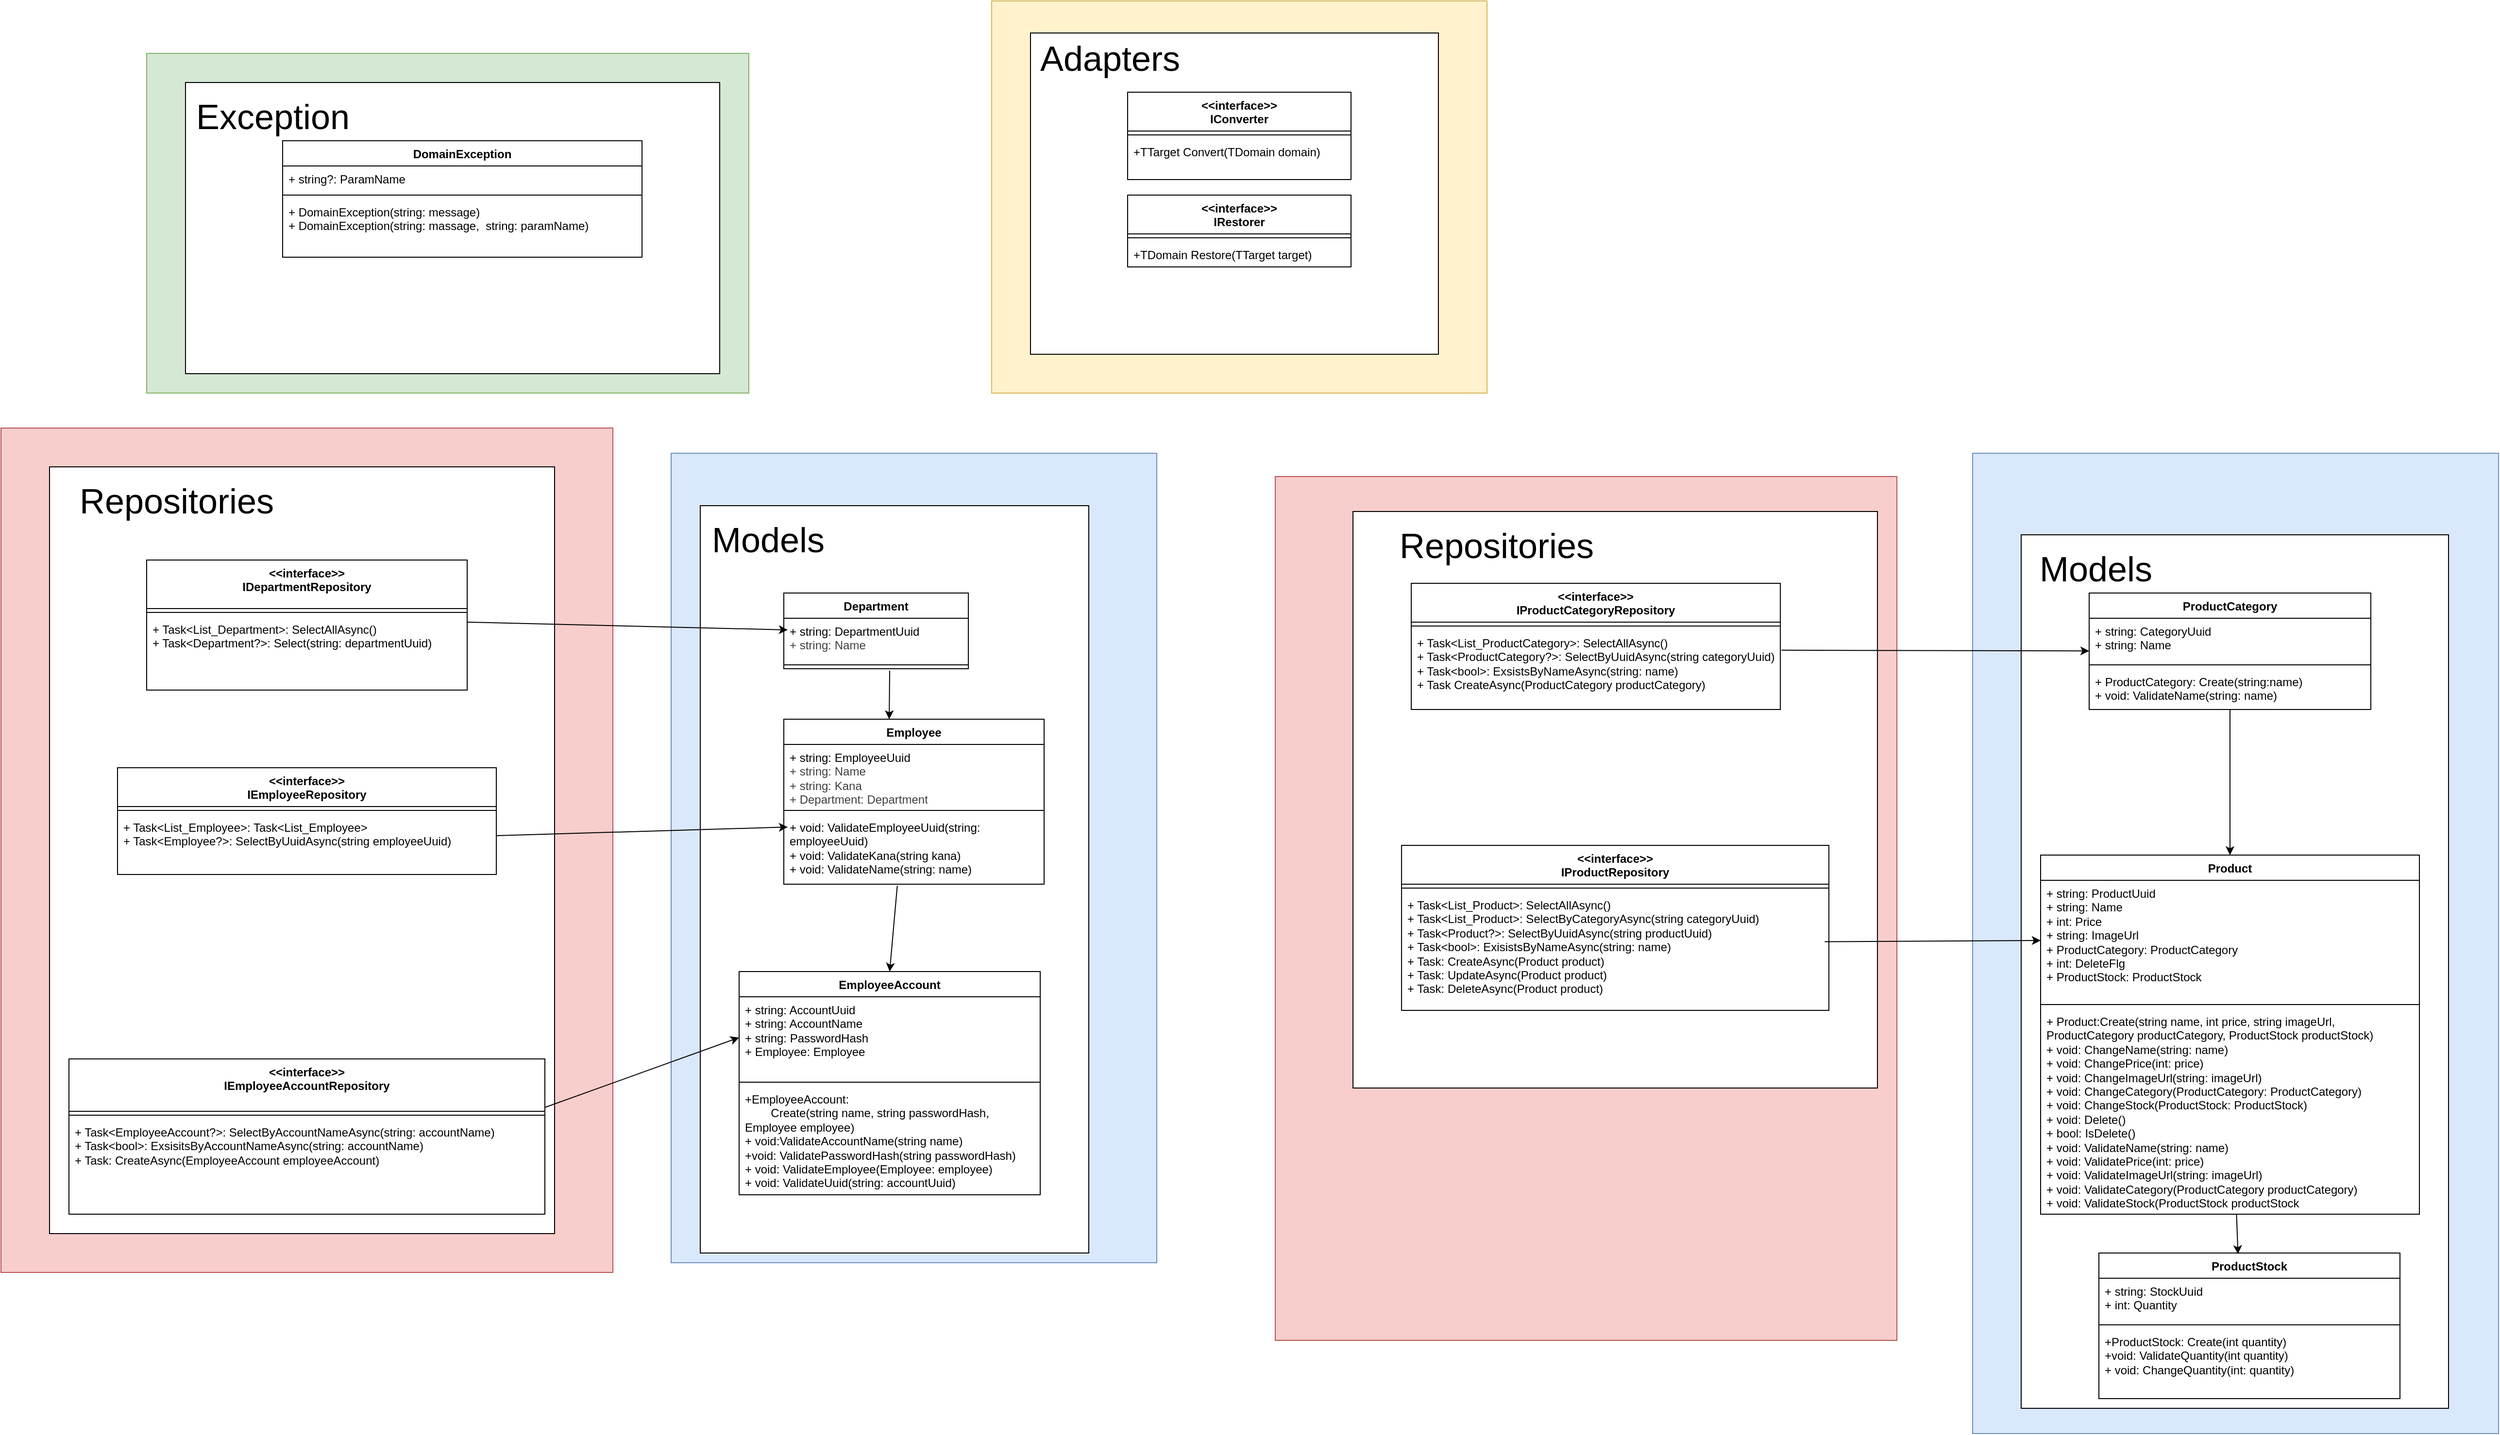
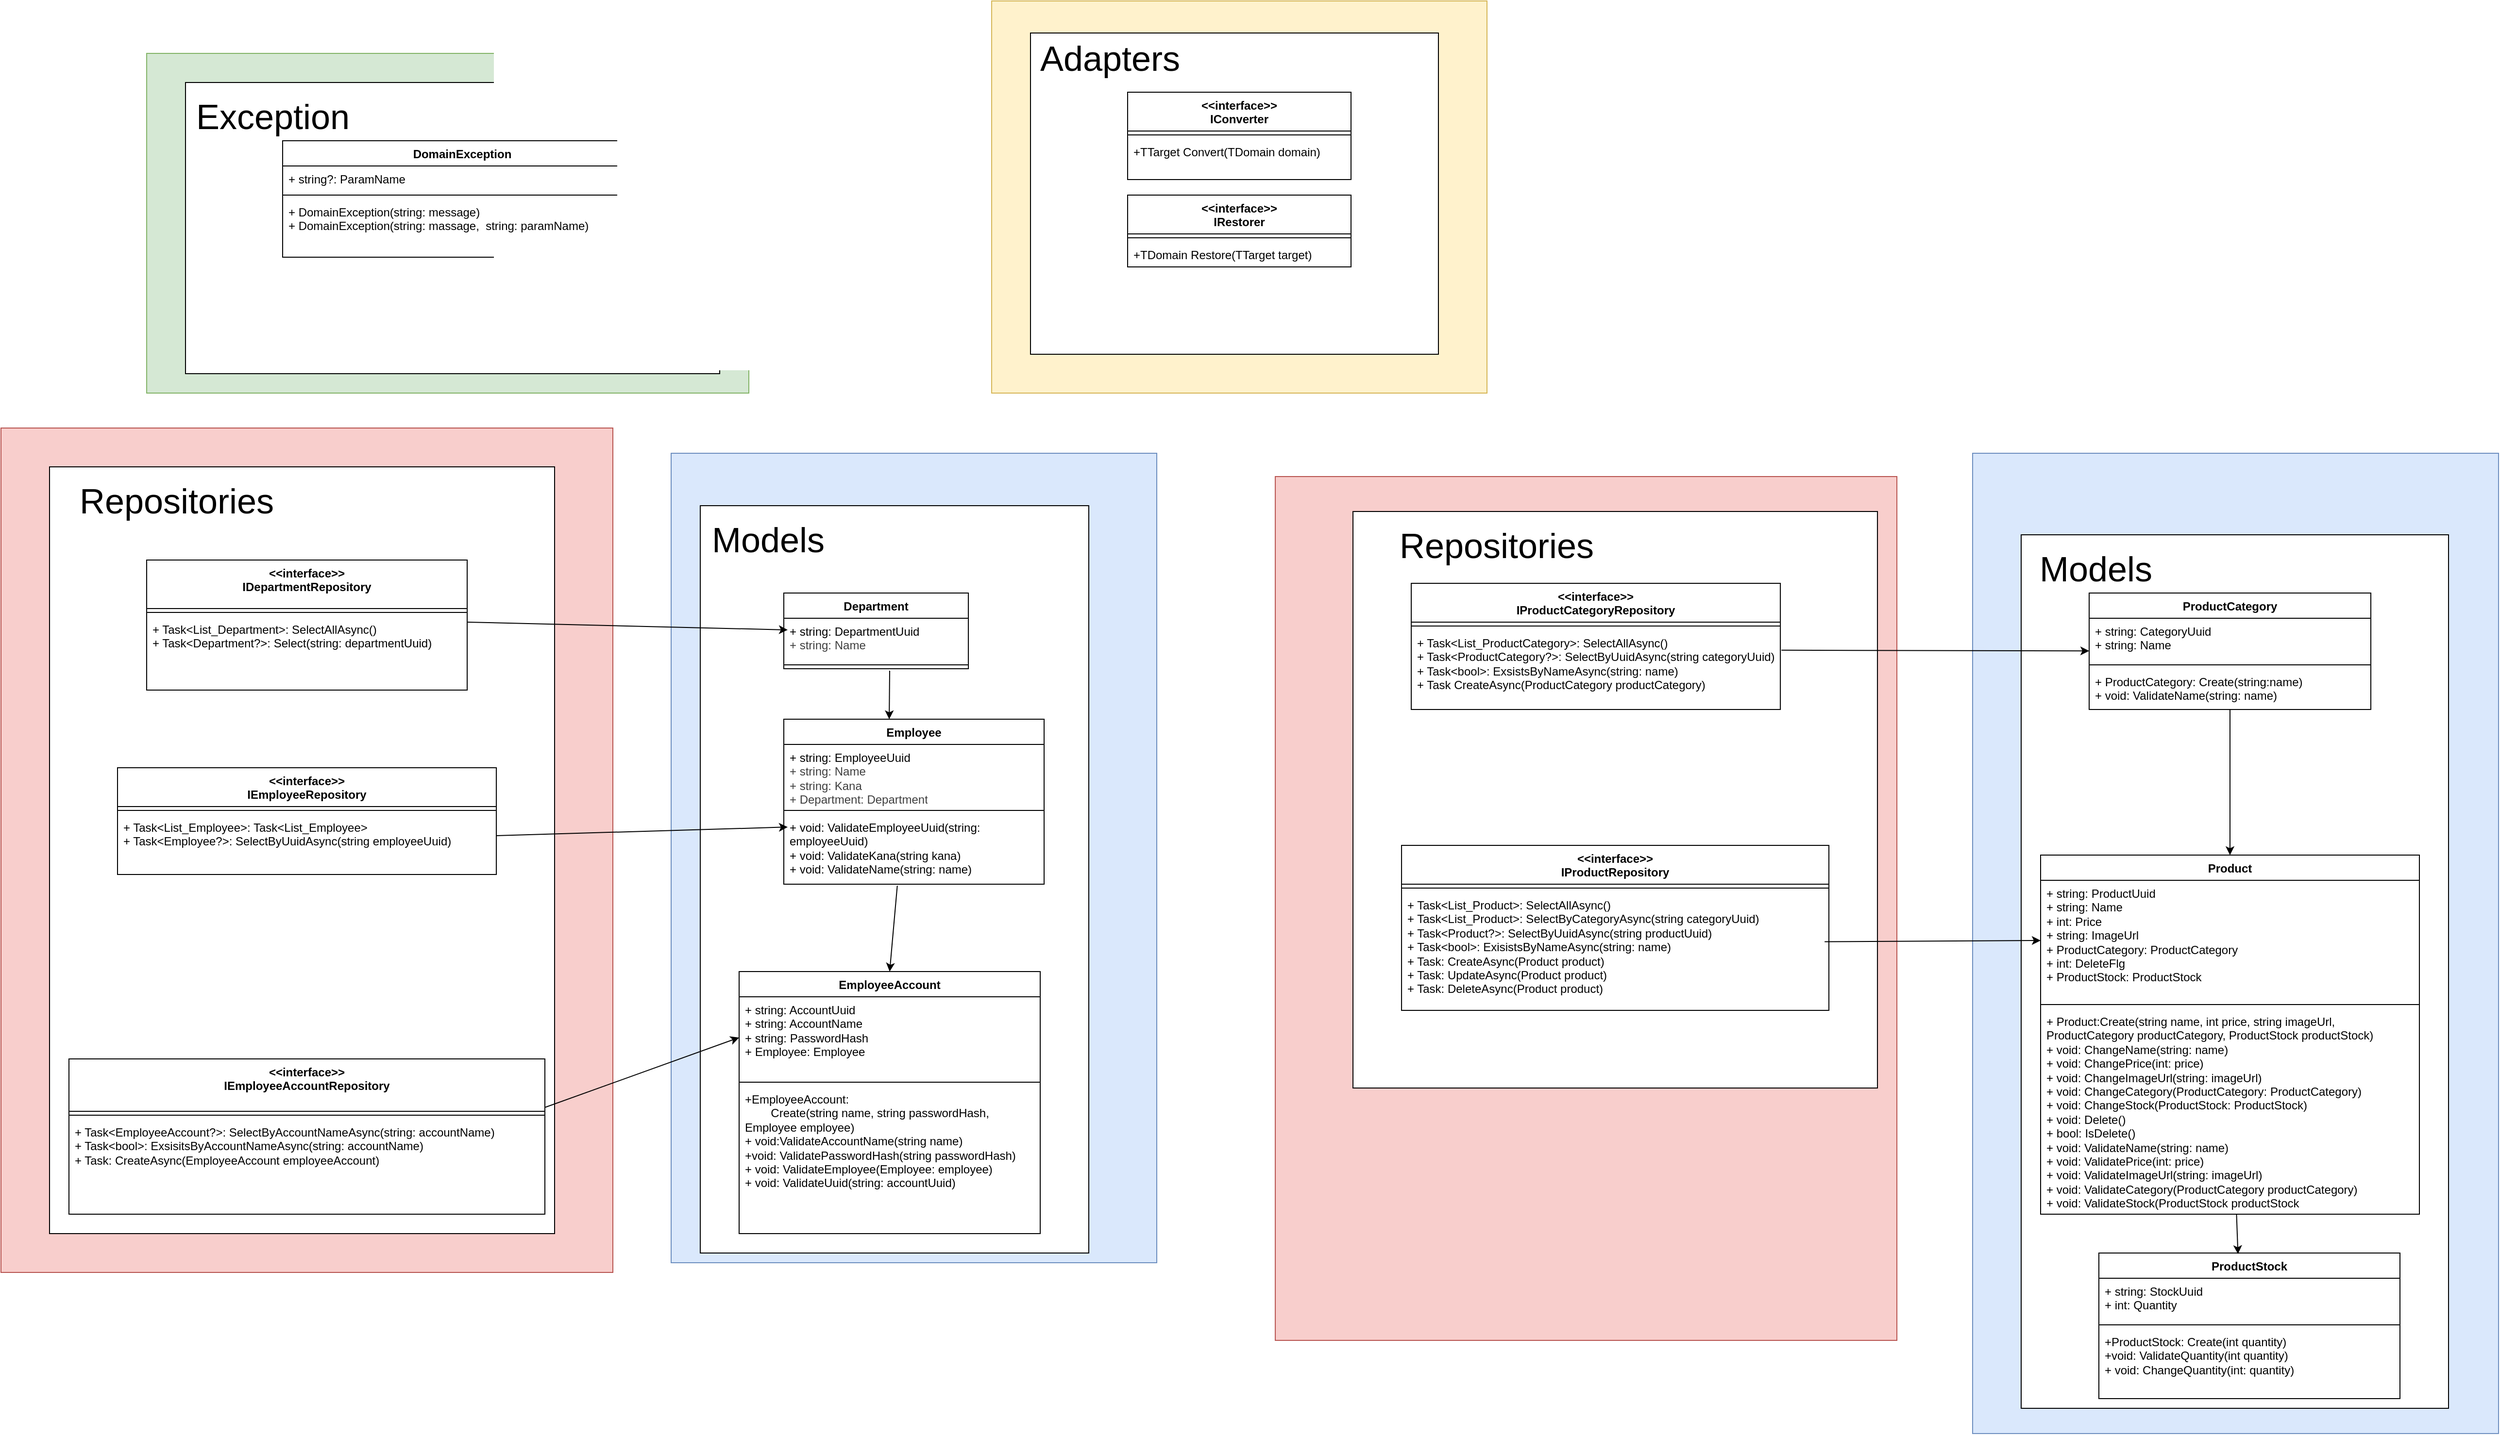
<mxfile host="65bd71144e">
    <diagram id="KKfMD3SemsG6aV6jb4rE" name="ページ1">
-         <mxGraphModel dx="2901" dy="1791" grid="1" gridSize="10" guides="1" tooltips="1" connect="1" arrows="1" fold="1" page="1" pageScale="1" pageWidth="827" pageHeight="1169" math="0" shadow="0">
+         <mxGraphModel dx="2461" dy="1662" grid="1" gridSize="10" guides="1" tooltips="1" connect="1" arrows="1" fold="1" page="1" pageScale="1" pageWidth="827" pageHeight="1169" math="0" shadow="0">
            <root>
                <mxCell id="0"/>
                <mxCell id="1" parent="0"/>
                <mxCell id="99" value="" style="rounded=0;whiteSpace=wrap;html=1;fillColor=#d5e8d4;strokeColor=#82b366;" parent="1" vertex="1">
                    <mxGeometry x="-1460" y="-826" width="620" height="350" as="geometry"/>
                </mxCell>
                <mxCell id="97" value="" style="rounded=0;whiteSpace=wrap;html=1;" parent="1" vertex="1">
                    <mxGeometry x="-1420" y="-796" width="550" height="300" as="geometry"/>
                </mxCell>
                <mxCell id="88" value="" style="rounded=0;whiteSpace=wrap;html=1;fillColor=#dae8fc;strokeColor=#6c8ebf;" parent="1" vertex="1">
                    <mxGeometry x="420" y="-414" width="541.5" height="1010" as="geometry"/>
                </mxCell>
                <mxCell id="87" value="" style="rounded=0;whiteSpace=wrap;html=1;" parent="1" vertex="1">
                    <mxGeometry x="470" y="-330" width="440" height="900" as="geometry"/>
                </mxCell>
                <mxCell id="85" value="" style="rounded=0;whiteSpace=wrap;html=1;fillColor=#dae8fc;strokeColor=#6c8ebf;" parent="1" vertex="1">
                    <mxGeometry x="-920" y="-414" width="500" height="834" as="geometry"/>
                </mxCell>
                <mxCell id="84" value="" style="rounded=0;whiteSpace=wrap;html=1;" parent="1" vertex="1">
                    <mxGeometry x="-890" y="-360" width="400" height="770" as="geometry"/>
                </mxCell>
                <mxCell id="82" value="" style="rounded=0;whiteSpace=wrap;html=1;fillColor=#f8cecc;strokeColor=#b85450;" parent="1" vertex="1">
                    <mxGeometry x="-297.97" y="-390" width="640" height="890" as="geometry"/>
                </mxCell>
                <mxCell id="80" value="" style="rounded=0;whiteSpace=wrap;html=1;" parent="1" vertex="1">
                    <mxGeometry x="-217.97" y="-354" width="540" height="594" as="geometry"/>
                </mxCell>
                <mxCell id="78" value="" style="rounded=0;whiteSpace=wrap;html=1;fillColor=#f8cecc;strokeColor=#b85450;" parent="1" vertex="1">
                    <mxGeometry x="-1610" y="-440" width="630" height="870" as="geometry"/>
                </mxCell>
                <mxCell id="77" value="" style="rounded=0;whiteSpace=wrap;html=1;" parent="1" vertex="1">
                    <mxGeometry x="-1560" y="-400" width="520" height="790" as="geometry"/>
                </mxCell>
                <mxCell id="76" value="" style="rounded=0;whiteSpace=wrap;html=1;fillColor=#fff2cc;strokeColor=#d6b656;" parent="1" vertex="1">
                    <mxGeometry x="-590" y="-880" width="510" height="404" as="geometry"/>
                </mxCell>
                <mxCell id="74" value="" style="rounded=0;whiteSpace=wrap;html=1;" parent="1" vertex="1">
                    <mxGeometry x="-550" y="-847" width="420" height="331" as="geometry"/>
                </mxCell>
                <mxCell id="10" value="EmployeeAccount" style="swimlane;fontStyle=1;align=center;verticalAlign=top;childLayout=stackLayout;horizontal=1;startSize=26;horizontalStack=0;resizeParent=1;resizeParentMax=0;resizeLast=0;collapsible=1;marginBottom=0;whiteSpace=wrap;html=1;" parent="1" vertex="1">
-                     <mxGeometry x="-850" y="120" width="310" height="230" as="geometry"/>
+                     <mxGeometry x="-850" y="120" width="310" height="270" as="geometry"/>
                </mxCell>
                <mxCell id="11" value="+ string: AccountUuid&lt;div&gt;+ string: AccountName&lt;/div&gt;&lt;div&gt;+ string: PasswordHash&lt;/div&gt;&lt;div&gt;+ Employee: Employee&lt;/div&gt;" style="text;strokeColor=none;fillColor=none;align=left;verticalAlign=top;spacingLeft=4;spacingRight=4;overflow=hidden;rotatable=0;points=[[0,0.5],[1,0.5]];portConstraint=eastwest;whiteSpace=wrap;html=1;" parent="10" vertex="1">
                    <mxGeometry y="26" width="310" height="84" as="geometry"/>
                </mxCell>
                <mxCell id="12" value="" style="line;strokeWidth=1;fillColor=none;align=left;verticalAlign=middle;spacingTop=-1;spacingLeft=3;spacingRight=3;rotatable=0;labelPosition=right;points=[];portConstraint=eastwest;strokeColor=inherit;" parent="10" vertex="1">
                    <mxGeometry y="110" width="310" height="8" as="geometry"/>
                </mxCell>
                <mxCell id="13" value="&lt;div&gt;+EmployeeAccount:&amp;nbsp; &lt;br&gt;&lt;span style=&quot;white-space: pre;&quot;&gt;&#x9;&lt;/span&gt;Create(string name, string passwordHash, Employee employee)&lt;/div&gt;&lt;div&gt;+ void:ValidateAccountName(string name)&lt;/div&gt;&lt;div&gt;+void: ValidatePasswordHash(string passwordHash)&lt;/div&gt;&lt;div&gt;+ void: ValidateEmployee(Employee: employee)&lt;/div&gt;&lt;div&gt;+ void: ValidateUuid(string: accountUuid)&lt;/div&gt;" style="text;strokeColor=none;fillColor=none;align=left;verticalAlign=top;spacingLeft=4;spacingRight=4;overflow=hidden;rotatable=0;points=[[0,0.5],[1,0.5]];portConstraint=eastwest;whiteSpace=wrap;html=1;" parent="10" vertex="1">
-                     <mxGeometry y="118" width="310" height="112" as="geometry"/>
+                     <mxGeometry y="118" width="310" height="152" as="geometry"/>
                </mxCell>
                <mxCell id="14" value="ProductCategory" style="swimlane;fontStyle=1;align=center;verticalAlign=top;childLayout=stackLayout;horizontal=1;startSize=26;horizontalStack=0;resizeParent=1;resizeParentMax=0;resizeLast=0;collapsible=1;marginBottom=0;whiteSpace=wrap;html=1;" parent="1" vertex="1">
                    <mxGeometry x="540" y="-270" width="290" height="120" as="geometry"/>
                </mxCell>
                <mxCell id="15" value="+ string: CategoryUuid&lt;div&gt;+ string: Name&lt;/div&gt;" style="text;strokeColor=none;fillColor=none;align=left;verticalAlign=top;spacingLeft=4;spacingRight=4;overflow=hidden;rotatable=0;points=[[0,0.5],[1,0.5]];portConstraint=eastwest;whiteSpace=wrap;html=1;" parent="14" vertex="1">
                    <mxGeometry y="26" width="290" height="44" as="geometry"/>
                </mxCell>
                <mxCell id="16" value="" style="line;strokeWidth=1;fillColor=none;align=left;verticalAlign=middle;spacingTop=-1;spacingLeft=3;spacingRight=3;rotatable=0;labelPosition=right;points=[];portConstraint=eastwest;strokeColor=inherit;" parent="14" vertex="1">
                    <mxGeometry y="70" width="290" height="8" as="geometry"/>
                </mxCell>
                <mxCell id="17" value="&lt;div&gt;+ ProductCategory: Create(string:name)&lt;/div&gt;+ void: ValidateName(string: name)" style="text;strokeColor=none;fillColor=none;align=left;verticalAlign=top;spacingLeft=4;spacingRight=4;overflow=hidden;rotatable=0;points=[[0,0.5],[1,0.5]];portConstraint=eastwest;whiteSpace=wrap;html=1;" parent="14" vertex="1">
                    <mxGeometry y="78" width="290" height="42" as="geometry"/>
                </mxCell>
                <mxCell id="18" value="Product" style="swimlane;fontStyle=1;align=center;verticalAlign=top;childLayout=stackLayout;horizontal=1;startSize=26;horizontalStack=0;resizeParent=1;resizeParentMax=0;resizeLast=0;collapsible=1;marginBottom=0;whiteSpace=wrap;html=1;" parent="1" vertex="1">
                    <mxGeometry x="490" width="390" height="370" as="geometry"/>
                </mxCell>
                <mxCell id="19" value="+ string: ProductUuid&lt;div&gt;+ string: Name&lt;/div&gt;&lt;div&gt;+ int: Price&lt;/div&gt;&lt;div&gt;+ string: ImageUrl&lt;/div&gt;&lt;div&gt;+ ProductCategory: ProductCategory&lt;/div&gt;&lt;div&gt;+ int: DeleteFlg&lt;/div&gt;&lt;div&gt;+ ProductStock: ProductStock&lt;/div&gt;" style="text;strokeColor=none;fillColor=none;align=left;verticalAlign=top;spacingLeft=4;spacingRight=4;overflow=hidden;rotatable=0;points=[[0,0.5],[1,0.5]];portConstraint=eastwest;whiteSpace=wrap;html=1;" parent="18" vertex="1">
                    <mxGeometry y="26" width="390" height="124" as="geometry"/>
                </mxCell>
                <mxCell id="20" value="" style="line;strokeWidth=1;fillColor=none;align=left;verticalAlign=middle;spacingTop=-1;spacingLeft=3;spacingRight=3;rotatable=0;labelPosition=right;points=[];portConstraint=eastwest;strokeColor=inherit;" parent="18" vertex="1">
                    <mxGeometry y="150" width="390" height="8" as="geometry"/>
                </mxCell>
                <mxCell id="21" value="&lt;div&gt;+ Product:Create(string name, int price, string imageUrl, ProductCategory productCategory, ProductStock productStock)&lt;/div&gt;+ void: ChangeName(string: name)&lt;div&gt;+ void: ChangePrice(int: price)&lt;/div&gt;&lt;div&gt;+ void: ChangeImageUrl(string: imageUrl)&lt;/div&gt;&lt;div&gt;+ void: ChangeCategory(ProductCategory: ProductCategory)&lt;/div&gt;&lt;div&gt;+ void: ChangeStock(ProductStock: ProductStock)&lt;/div&gt;&lt;div&gt;+ void: Delete()&lt;/div&gt;&lt;div&gt;+ bool: IsDelete()&amp;nbsp;&lt;/div&gt;&lt;div&gt;+ void: ValidateName(string: name)&lt;/div&gt;&lt;div&gt;+ void: ValidatePrice(int: price)&lt;/div&gt;&lt;div&gt;+ void: ValidateImageUrl(string: imageUrl)&lt;/div&gt;&lt;div&gt;+ void: ValidateCategory(ProductCategory productCategory)&lt;/div&gt;&lt;div&gt;+ void: ValidateStock(ProductStock productStock&lt;/div&gt;" style="text;strokeColor=none;fillColor=none;align=left;verticalAlign=top;spacingLeft=4;spacingRight=4;overflow=hidden;rotatable=0;points=[[0,0.5],[1,0.5]];portConstraint=eastwest;whiteSpace=wrap;html=1;" parent="18" vertex="1">
                    <mxGeometry y="158" width="390" height="212" as="geometry"/>
                </mxCell>
                <mxCell id="22" value="ProductStock" style="swimlane;fontStyle=1;align=center;verticalAlign=top;childLayout=stackLayout;horizontal=1;startSize=26;horizontalStack=0;resizeParent=1;resizeParentMax=0;resizeLast=0;collapsible=1;marginBottom=0;whiteSpace=wrap;html=1;" parent="1" vertex="1">
                    <mxGeometry x="550" y="410" width="310" height="150" as="geometry"/>
                </mxCell>
                <mxCell id="23" value="+ string: StockUuid&lt;div&gt;+ int: Quantity&lt;/div&gt;" style="text;strokeColor=none;fillColor=none;align=left;verticalAlign=top;spacingLeft=4;spacingRight=4;overflow=hidden;rotatable=0;points=[[0,0.5],[1,0.5]];portConstraint=eastwest;whiteSpace=wrap;html=1;" parent="22" vertex="1">
                    <mxGeometry y="26" width="310" height="44" as="geometry"/>
                </mxCell>
                <mxCell id="24" value="" style="line;strokeWidth=1;fillColor=none;align=left;verticalAlign=middle;spacingTop=-1;spacingLeft=3;spacingRight=3;rotatable=0;labelPosition=right;points=[];portConstraint=eastwest;strokeColor=inherit;" parent="22" vertex="1">
                    <mxGeometry y="70" width="310" height="8" as="geometry"/>
                </mxCell>
                <mxCell id="25" value="&lt;div&gt;+ProductStock: Create(int quantity)&lt;/div&gt;&lt;div&gt;+void: ValidateQuantity(int quantity)&lt;/div&gt;+ void: ChangeQuantity(int: quantity)&lt;div&gt;&lt;br&gt;&lt;/div&gt;" style="text;strokeColor=none;fillColor=none;align=left;verticalAlign=top;spacingLeft=4;spacingRight=4;overflow=hidden;rotatable=0;points=[[0,0.5],[1,0.5]];portConstraint=eastwest;whiteSpace=wrap;html=1;" parent="22" vertex="1">
                    <mxGeometry y="78" width="310" height="72" as="geometry"/>
                </mxCell>
                <mxCell id="34" value="&amp;lt;&amp;lt;interface&amp;gt;&amp;gt;&lt;div&gt;IConverter&lt;/div&gt;" style="swimlane;fontStyle=1;align=center;verticalAlign=top;childLayout=stackLayout;horizontal=1;startSize=40;horizontalStack=0;resizeParent=1;resizeParentMax=0;resizeLast=0;collapsible=1;marginBottom=0;whiteSpace=wrap;html=1;" parent="1" vertex="1">
                    <mxGeometry x="-450" y="-786" width="230" height="90" as="geometry"/>
                </mxCell>
                <mxCell id="35" value="" style="line;strokeWidth=1;fillColor=none;align=left;verticalAlign=middle;spacingTop=-1;spacingLeft=3;spacingRight=3;rotatable=0;labelPosition=right;points=[];portConstraint=eastwest;strokeColor=inherit;" parent="34" vertex="1">
                    <mxGeometry y="40" width="230" height="8" as="geometry"/>
                </mxCell>
                <mxCell id="36" value="+TTarget Convert(TDomain domain)" style="text;strokeColor=none;fillColor=none;align=left;verticalAlign=top;spacingLeft=4;spacingRight=4;overflow=hidden;rotatable=0;points=[[0,0.5],[1,0.5]];portConstraint=eastwest;whiteSpace=wrap;html=1;" parent="34" vertex="1">
                    <mxGeometry y="48" width="230" height="42" as="geometry"/>
                </mxCell>
                <mxCell id="37" value="&amp;lt;&amp;lt;interface&amp;gt;&amp;gt;&lt;div&gt;IRestorer&lt;/div&gt;" style="swimlane;fontStyle=1;align=center;verticalAlign=top;childLayout=stackLayout;horizontal=1;startSize=40;horizontalStack=0;resizeParent=1;resizeParentMax=0;resizeLast=0;collapsible=1;marginBottom=0;whiteSpace=wrap;html=1;" parent="1" vertex="1">
                    <mxGeometry x="-450" y="-680" width="230" height="74" as="geometry"/>
                </mxCell>
                <mxCell id="38" value="" style="line;strokeWidth=1;fillColor=none;align=left;verticalAlign=middle;spacingTop=-1;spacingLeft=3;spacingRight=3;rotatable=0;labelPosition=right;points=[];portConstraint=eastwest;strokeColor=inherit;" parent="37" vertex="1">
                    <mxGeometry y="40" width="230" height="8" as="geometry"/>
                </mxCell>
                <mxCell id="39" value="+TDomain Restore(TTarget target)" style="text;strokeColor=none;fillColor=none;align=left;verticalAlign=top;spacingLeft=4;spacingRight=4;overflow=hidden;rotatable=0;points=[[0,0.5],[1,0.5]];portConstraint=eastwest;whiteSpace=wrap;html=1;" parent="37" vertex="1">
                    <mxGeometry y="48" width="230" height="26" as="geometry"/>
                </mxCell>
                <mxCell id="40" value="&amp;lt;&amp;lt;interface&amp;gt;&amp;gt;&lt;br&gt;IDepartmentRepository" style="swimlane;fontStyle=1;align=center;verticalAlign=top;childLayout=stackLayout;horizontal=1;startSize=50;horizontalStack=0;resizeParent=1;resizeParentMax=0;resizeLast=0;collapsible=1;marginBottom=0;whiteSpace=wrap;html=1;" parent="1" vertex="1">
                    <mxGeometry x="-1460" y="-304" width="330" height="134" as="geometry"/>
                </mxCell>
                <mxCell id="42" value="" style="line;strokeWidth=1;fillColor=none;align=left;verticalAlign=middle;spacingTop=-1;spacingLeft=3;spacingRight=3;rotatable=0;labelPosition=right;points=[];portConstraint=eastwest;strokeColor=inherit;" parent="40" vertex="1">
                    <mxGeometry y="50" width="330" height="8" as="geometry"/>
                </mxCell>
                <mxCell id="43" value="+ Task&amp;lt;List_Department&amp;gt;: SelectAllAsync()&lt;div&gt;+ Task&amp;lt;Department?&amp;gt;: Select(string: departmentUuid)&lt;/div&gt;" style="text;strokeColor=none;fillColor=none;align=left;verticalAlign=top;spacingLeft=4;spacingRight=4;overflow=hidden;rotatable=0;points=[[0,0.5],[1,0.5]];portConstraint=eastwest;whiteSpace=wrap;html=1;" parent="40" vertex="1">
                    <mxGeometry y="58" width="330" height="76" as="geometry"/>
                </mxCell>
                <mxCell id="45" value="&amp;lt;&amp;lt;interface&amp;gt;&amp;gt;&lt;br&gt;IEmployeeRepository" style="swimlane;fontStyle=1;align=center;verticalAlign=top;childLayout=stackLayout;horizontal=1;startSize=40;horizontalStack=0;resizeParent=1;resizeParentMax=0;resizeLast=0;collapsible=1;marginBottom=0;whiteSpace=wrap;html=1;" parent="1" vertex="1">
                    <mxGeometry x="-1490" y="-90" width="390" height="110" as="geometry"/>
                </mxCell>
                <mxCell id="47" value="" style="line;strokeWidth=1;fillColor=none;align=left;verticalAlign=middle;spacingTop=-1;spacingLeft=3;spacingRight=3;rotatable=0;labelPosition=right;points=[];portConstraint=eastwest;strokeColor=inherit;" parent="45" vertex="1">
                    <mxGeometry y="40" width="390" height="8" as="geometry"/>
                </mxCell>
                <mxCell id="48" value="&lt;span style=&quot;color: rgb(0, 0, 0);&quot;&gt;+ Task&amp;lt;List_Employee&amp;gt;: Task&amp;lt;List_Employee&amp;gt;&lt;br&gt;+ Task&amp;lt;Employee?&amp;gt;: SelectByUuidAsync(string employeeUuid)&lt;/span&gt;" style="text;strokeColor=none;fillColor=none;align=left;verticalAlign=top;spacingLeft=4;spacingRight=4;overflow=hidden;rotatable=0;points=[[0,0.5],[1,0.5]];portConstraint=eastwest;whiteSpace=wrap;html=1;" parent="45" vertex="1">
                    <mxGeometry y="48" width="390" height="62" as="geometry"/>
                </mxCell>
                <mxCell id="49" value="&amp;lt;&amp;lt;interface&amp;gt;&amp;gt;&lt;br&gt;IEmployeeAccountRepository" style="swimlane;fontStyle=1;align=center;verticalAlign=top;childLayout=stackLayout;horizontal=1;startSize=54;horizontalStack=0;resizeParent=1;resizeParentMax=0;resizeLast=0;collapsible=1;marginBottom=0;whiteSpace=wrap;html=1;" parent="1" vertex="1">
                    <mxGeometry x="-1540" y="210" width="490" height="160" as="geometry"/>
                </mxCell>
                <mxCell id="51" value="" style="line;strokeWidth=1;fillColor=none;align=left;verticalAlign=middle;spacingTop=-1;spacingLeft=3;spacingRight=3;rotatable=0;labelPosition=right;points=[];portConstraint=eastwest;strokeColor=inherit;" parent="49" vertex="1">
                    <mxGeometry y="54" width="490" height="8" as="geometry"/>
                </mxCell>
                <mxCell id="52" value="+ Task&amp;lt;EmployeeAccount?&amp;gt;: SelectByAccountNameAsync(string: accountName)&lt;div&gt;+ Task&amp;lt;bool&amp;gt;: ExsisitsByAccountNameAsync(string: accountName)&lt;/div&gt;&lt;div&gt;+ Task: CreateAsync(EmployeeAccount employeeAccount)&lt;/div&gt;" style="text;strokeColor=none;fillColor=none;align=left;verticalAlign=top;spacingLeft=4;spacingRight=4;overflow=hidden;rotatable=0;points=[[0,0.5],[1,0.5]];portConstraint=eastwest;whiteSpace=wrap;html=1;" parent="49" vertex="1">
                    <mxGeometry y="62" width="490" height="98" as="geometry"/>
                </mxCell>
                <mxCell id="53" value="&amp;lt;&amp;lt;interface&amp;gt;&amp;gt;&lt;br&gt;IProductCategoryRepository" style="swimlane;fontStyle=1;align=center;verticalAlign=top;childLayout=stackLayout;horizontal=1;startSize=40;horizontalStack=0;resizeParent=1;resizeParentMax=0;resizeLast=0;collapsible=1;marginBottom=0;whiteSpace=wrap;html=1;" parent="1" vertex="1">
                    <mxGeometry x="-157.97" y="-280" width="380" height="130" as="geometry"/>
                </mxCell>
                <mxCell id="55" value="" style="line;strokeWidth=1;fillColor=none;align=left;verticalAlign=middle;spacingTop=-1;spacingLeft=3;spacingRight=3;rotatable=0;labelPosition=right;points=[];portConstraint=eastwest;strokeColor=inherit;" parent="53" vertex="1">
                    <mxGeometry y="40" width="380" height="8" as="geometry"/>
                </mxCell>
                <mxCell id="56" value="+ Task&amp;lt;List_ProductCategory&amp;gt;: SelectAllAsync()&lt;div&gt;+ Task&amp;lt;ProductCategory?&amp;gt;: SelectByUuidAsync(string categoryUuid)&lt;/div&gt;&lt;div&gt;+ Task&amp;lt;bool&amp;gt;: ExsistsByNameAsync(string: name)&lt;/div&gt;&lt;div&gt;+ Task CreateAsync(ProductCategory productCategory)&lt;/div&gt;" style="text;strokeColor=none;fillColor=none;align=left;verticalAlign=top;spacingLeft=4;spacingRight=4;overflow=hidden;rotatable=0;points=[[0,0.5],[1,0.5]];portConstraint=eastwest;whiteSpace=wrap;html=1;" parent="53" vertex="1">
                    <mxGeometry y="48" width="380" height="82" as="geometry"/>
                </mxCell>
                <mxCell id="58" value="&amp;lt;&amp;lt;interface&amp;gt;&amp;gt;&lt;div&gt;IProductRepository&lt;/div&gt;" style="swimlane;fontStyle=1;align=center;verticalAlign=top;childLayout=stackLayout;horizontal=1;startSize=40;horizontalStack=0;resizeParent=1;resizeParentMax=0;resizeLast=0;collapsible=1;marginBottom=0;whiteSpace=wrap;html=1;" parent="1" vertex="1">
                    <mxGeometry x="-167.97" y="-10" width="440" height="170" as="geometry"/>
                </mxCell>
                <mxCell id="60" value="" style="line;strokeWidth=1;fillColor=none;align=left;verticalAlign=middle;spacingTop=-1;spacingLeft=3;spacingRight=3;rotatable=0;labelPosition=right;points=[];portConstraint=eastwest;strokeColor=inherit;" parent="58" vertex="1">
                    <mxGeometry y="40" width="440" height="8" as="geometry"/>
                </mxCell>
                <mxCell id="61" value="+ Task&amp;lt;List_Product&amp;gt;: SelectAllAsync()&lt;div&gt;+ Task&amp;lt;List_Product&amp;gt;: SelectByCategoryAsync(string categoryUuid)&lt;/div&gt;&lt;div&gt;+ Task&amp;lt;Product?&amp;gt;: SelectByUuidAsync(string productUuid)&lt;/div&gt;&lt;div&gt;+ Task&amp;lt;bool&amp;gt;: ExisistsByNameAsync(string: name)&lt;/div&gt;&lt;div&gt;+ Task: CreateAsync(Product product)&lt;/div&gt;&lt;div&gt;+ Task: UpdateAsync(Product product)&lt;/div&gt;&lt;div&gt;+ Task: DeleteAsync(Product product)&lt;/div&gt;" style="text;strokeColor=none;fillColor=none;align=left;verticalAlign=top;spacingLeft=4;spacingRight=4;overflow=hidden;rotatable=0;points=[[0,0.5],[1,0.5]];portConstraint=eastwest;whiteSpace=wrap;html=1;" parent="58" vertex="1">
                    <mxGeometry y="48" width="440" height="122" as="geometry"/>
                </mxCell>
                <mxCell id="65" value="" style="endArrow=classic;html=1;" parent="1" edge="1">
                    <mxGeometry width="50" height="50" relative="1" as="geometry">
                        <mxPoint x="-695" y="-190" as="sourcePoint"/>
                        <mxPoint x="-695.45" y="-140" as="targetPoint"/>
                    </mxGeometry>
                </mxCell>
                <mxCell id="67" value="" style="endArrow=classic;html=1;entryX=0;entryY=0.5;entryDx=0;entryDy=0;" parent="1" edge="1">
                    <mxGeometry width="50" height="50" relative="1" as="geometry">
                        <mxPoint x="-1130" y="-240" as="sourcePoint"/>
                        <mxPoint x="-800" y="-232" as="targetPoint"/>
                    </mxGeometry>
                </mxCell>
                <mxCell id="68" value="" style="endArrow=classic;html=1;" parent="1" edge="1">
                    <mxGeometry width="50" height="50" relative="1" as="geometry">
                        <mxPoint x="-1100" y="-20" as="sourcePoint"/>
                        <mxPoint x="-800" y="-28.888888888888687" as="targetPoint"/>
                    </mxGeometry>
                </mxCell>
                <mxCell id="69" value="" style="endArrow=classic;html=1;entryX=0;entryY=0.5;entryDx=0;entryDy=0;" parent="1" target="11" edge="1">
                    <mxGeometry width="50" height="50" relative="1" as="geometry">
                        <mxPoint x="-1050" y="260" as="sourcePoint"/>
                        <mxPoint x="-953" y="258" as="targetPoint"/>
                    </mxGeometry>
                </mxCell>
                <mxCell id="72" value="" style="endArrow=classic;html=1;exitX=1.003;exitY=0.255;exitDx=0;exitDy=0;exitPerimeter=0;" parent="1" source="56" target="14" edge="1">
                    <mxGeometry width="50" height="50" relative="1" as="geometry">
                        <mxPoint x="282.03" y="-210" as="sourcePoint"/>
                        <mxPoint x="490.0000000000002" y="-208.67999999999984" as="targetPoint"/>
                    </mxGeometry>
                </mxCell>
                <mxCell id="73" value="" style="endArrow=classic;html=1;entryX=0;entryY=0.5;entryDx=0;entryDy=0;exitX=0.99;exitY=0.42;exitDx=0;exitDy=0;exitPerimeter=0;" parent="1" source="61" target="19" edge="1">
                    <mxGeometry width="50" height="50" relative="1" as="geometry">
                        <mxPoint x="282.03" y="90" as="sourcePoint"/>
                        <mxPoint x="412.03" y="88" as="targetPoint"/>
                    </mxGeometry>
                </mxCell>
                <mxCell id="75" value="&lt;font style=&quot;font-size: 36px;&quot;&gt;Adapters&lt;/font&gt;" style="text;html=1;align=center;verticalAlign=middle;whiteSpace=wrap;rounded=0;" parent="1" vertex="1">
                    <mxGeometry x="-498" y="-836" width="60" height="30" as="geometry"/>
                </mxCell>
                <mxCell id="79" value="&lt;font style=&quot;font-size: 36px;&quot;&gt;Repositories&lt;/font&gt;" style="text;html=1;align=center;verticalAlign=middle;whiteSpace=wrap;rounded=0;" parent="1" vertex="1">
                    <mxGeometry x="-1459" y="-380" width="60" height="30" as="geometry"/>
                </mxCell>
                <mxCell id="81" value="&lt;font style=&quot;font-size: 36px;&quot;&gt;Repositories&lt;/font&gt;" style="text;html=1;align=center;verticalAlign=middle;whiteSpace=wrap;rounded=0;" parent="1" vertex="1">
                    <mxGeometry x="-100" y="-334" width="60" height="30" as="geometry"/>
                </mxCell>
                <mxCell id="86" value="&lt;span style=&quot;font-size: 36px;&quot;&gt;Models&lt;/span&gt;" style="text;html=1;align=center;verticalAlign=middle;whiteSpace=wrap;rounded=0;" parent="1" vertex="1">
                    <mxGeometry x="-850" y="-340" width="60" height="30" as="geometry"/>
                </mxCell>
                <mxCell id="90" value="&lt;span style=&quot;font-size: 36px;&quot;&gt;Models&lt;/span&gt;" style="text;html=1;align=center;verticalAlign=middle;whiteSpace=wrap;rounded=0;" parent="1" vertex="1">
                    <mxGeometry x="517" y="-310" width="60" height="30" as="geometry"/>
                </mxCell>
                <mxCell id="93" value="DomainException" style="swimlane;fontStyle=1;align=center;verticalAlign=top;childLayout=stackLayout;horizontal=1;startSize=26;horizontalStack=0;resizeParent=1;resizeParentMax=0;resizeLast=0;collapsible=1;marginBottom=0;whiteSpace=wrap;html=1;" parent="1" vertex="1">
                    <mxGeometry x="-1320" y="-736" width="370" height="120" as="geometry"/>
                </mxCell>
                <mxCell id="94" value="+ string?: ParamName" style="text;strokeColor=none;fillColor=none;align=left;verticalAlign=top;spacingLeft=4;spacingRight=4;overflow=hidden;rotatable=0;points=[[0,0.5],[1,0.5]];portConstraint=eastwest;whiteSpace=wrap;html=1;" parent="93" vertex="1">
                    <mxGeometry y="26" width="370" height="26" as="geometry"/>
                </mxCell>
                <mxCell id="95" value="" style="line;strokeWidth=1;fillColor=none;align=left;verticalAlign=middle;spacingTop=-1;spacingLeft=3;spacingRight=3;rotatable=0;labelPosition=right;points=[];portConstraint=eastwest;strokeColor=inherit;" parent="93" vertex="1">
                    <mxGeometry y="52" width="370" height="8" as="geometry"/>
                </mxCell>
                <mxCell id="96" value="+ DomainException(string: message)&lt;div&gt;+ DomainException(string: massage,&amp;nbsp; string: paramName)&lt;/div&gt;" style="text;strokeColor=none;fillColor=none;align=left;verticalAlign=top;spacingLeft=4;spacingRight=4;overflow=hidden;rotatable=0;points=[[0,0.5],[1,0.5]];portConstraint=eastwest;whiteSpace=wrap;html=1;" parent="93" vertex="1">
                    <mxGeometry y="60" width="370" height="60" as="geometry"/>
                </mxCell>
                <mxCell id="98" value="&lt;font style=&quot;font-size: 36px;&quot;&gt;Exception&lt;/font&gt;" style="text;html=1;align=center;verticalAlign=middle;whiteSpace=wrap;rounded=0;" parent="1" vertex="1">
                    <mxGeometry x="-1360" y="-776" width="60" height="30" as="geometry"/>
                </mxCell>
                <mxCell id="70" value="" style="endArrow=classic;html=1;" parent="1" source="14" target="18" edge="1">
                    <mxGeometry width="50" height="50" relative="1" as="geometry">
                        <mxPoint x="645.75" y="-140" as="sourcePoint"/>
                        <mxPoint x="695.75" y="-190" as="targetPoint"/>
                    </mxGeometry>
                </mxCell>
                <mxCell id="71" value="" style="endArrow=classic;html=1;entryX=0.462;entryY=0.007;entryDx=0;entryDy=0;entryPerimeter=0;" parent="1" source="18" target="22" edge="1">
                    <mxGeometry width="50" height="50" relative="1" as="geometry">
                        <mxPoint x="660" y="280" as="sourcePoint"/>
                        <mxPoint x="710" y="230" as="targetPoint"/>
                    </mxGeometry>
                </mxCell>
                <mxCell id="66" value="" style="endArrow=classic;html=1;entryX=0.5;entryY=0;entryDx=0;entryDy=0;exitX=0.436;exitY=1.022;exitDx=0;exitDy=0;exitPerimeter=0;" parent="1" source="104" target="10" edge="1">
                    <mxGeometry width="50" height="50" relative="1" as="geometry">
                        <mxPoint x="-695" y="-24" as="sourcePoint"/>
                        <mxPoint x="-647" y="20" as="targetPoint"/>
                    </mxGeometry>
                </mxCell>
                <mxCell id="101" value="Employee" style="swimlane;fontStyle=1;align=center;verticalAlign=top;childLayout=stackLayout;horizontal=1;startSize=26;horizontalStack=0;resizeParent=1;resizeParentMax=0;resizeLast=0;collapsible=1;marginBottom=0;whiteSpace=wrap;html=1;" parent="1" vertex="1">
                    <mxGeometry x="-804" y="-140" width="268" height="170" as="geometry"/>
                </mxCell>
                <mxCell id="102" value="&lt;span style=&quot;scrollbar-color: rgb(226, 226, 226) rgb(251, 251, 251); color: rgb(0, 0, 0);&quot;&gt;+ string: EmployeeUuid&lt;/span&gt;&lt;div style=&quot;scrollbar-color: rgb(226, 226, 226) rgb(251, 251, 251); color: rgb(63, 63, 63);&quot;&gt;+ string: Name&lt;/div&gt;&lt;div style=&quot;scrollbar-color: rgb(226, 226, 226) rgb(251, 251, 251); color: rgb(63, 63, 63);&quot;&gt;+ string: Kana&lt;/div&gt;&lt;div style=&quot;scrollbar-color: rgb(226, 226, 226) rgb(251, 251, 251); color: rgb(63, 63, 63);&quot;&gt;+ Department: Department&lt;/div&gt;" style="text;strokeColor=none;fillColor=none;align=left;verticalAlign=top;spacingLeft=4;spacingRight=4;overflow=hidden;rotatable=0;points=[[0,0.5],[1,0.5]];portConstraint=eastwest;whiteSpace=wrap;html=1;" parent="101" vertex="1">
                    <mxGeometry y="26" width="268" height="64" as="geometry"/>
                </mxCell>
                <mxCell id="103" value="" style="line;strokeWidth=1;fillColor=none;align=left;verticalAlign=middle;spacingTop=-1;spacingLeft=3;spacingRight=3;rotatable=0;labelPosition=right;points=[];portConstraint=eastwest;strokeColor=inherit;" parent="101" vertex="1">
                    <mxGeometry y="90" width="268" height="8" as="geometry"/>
                </mxCell>
                <mxCell id="104" value="+ void: ValidateEmployeeUuid(string: employeeUuid)&lt;div&gt;+ void: ValidateKana(string kana)&lt;/div&gt;&lt;div&gt;+ void: ValidateName(string: name)&lt;/div&gt;&lt;div&gt;&lt;br&gt;&lt;/div&gt;" style="text;strokeColor=none;fillColor=none;align=left;verticalAlign=top;spacingLeft=4;spacingRight=4;overflow=hidden;rotatable=0;points=[[0,0.5],[1,0.5]];portConstraint=eastwest;whiteSpace=wrap;html=1;" parent="101" vertex="1">
                    <mxGeometry y="98" width="268" height="72" as="geometry"/>
                </mxCell>
                <mxCell id="105" value="Department" style="swimlane;fontStyle=1;align=center;verticalAlign=top;childLayout=stackLayout;horizontal=1;startSize=26;horizontalStack=0;resizeParent=1;resizeParentMax=0;resizeLast=0;collapsible=1;marginBottom=0;whiteSpace=wrap;html=1;" parent="1" vertex="1">
                    <mxGeometry x="-804" y="-270" width="190" height="78" as="geometry"/>
                </mxCell>
                <mxCell id="106" value="&lt;span style=&quot;scrollbar-color: rgb(226, 226, 226) rgb(251, 251, 251); color: rgb(0, 0, 0);&quot;&gt;+ string: DepartmentUuid&lt;/span&gt;&lt;div style=&quot;scrollbar-color: rgb(226, 226, 226) rgb(251, 251, 251); color: rgb(63, 63, 63);&quot;&gt;+ string: Name&amp;nbsp;&lt;/div&gt;" style="text;strokeColor=none;fillColor=none;align=left;verticalAlign=top;spacingLeft=4;spacingRight=4;overflow=hidden;rotatable=0;points=[[0,0.5],[1,0.5]];portConstraint=eastwest;whiteSpace=wrap;html=1;" parent="105" vertex="1">
                    <mxGeometry y="26" width="190" height="44" as="geometry"/>
                </mxCell>
                <mxCell id="107" value="" style="line;strokeWidth=1;fillColor=none;align=left;verticalAlign=middle;spacingTop=-1;spacingLeft=3;spacingRight=3;rotatable=0;labelPosition=right;points=[];portConstraint=eastwest;strokeColor=inherit;" parent="105" vertex="1">
                    <mxGeometry y="70" width="190" height="8" as="geometry"/>
                </mxCell>
            </root>
        </mxGraphModel>
    </diagram>
</mxfile>